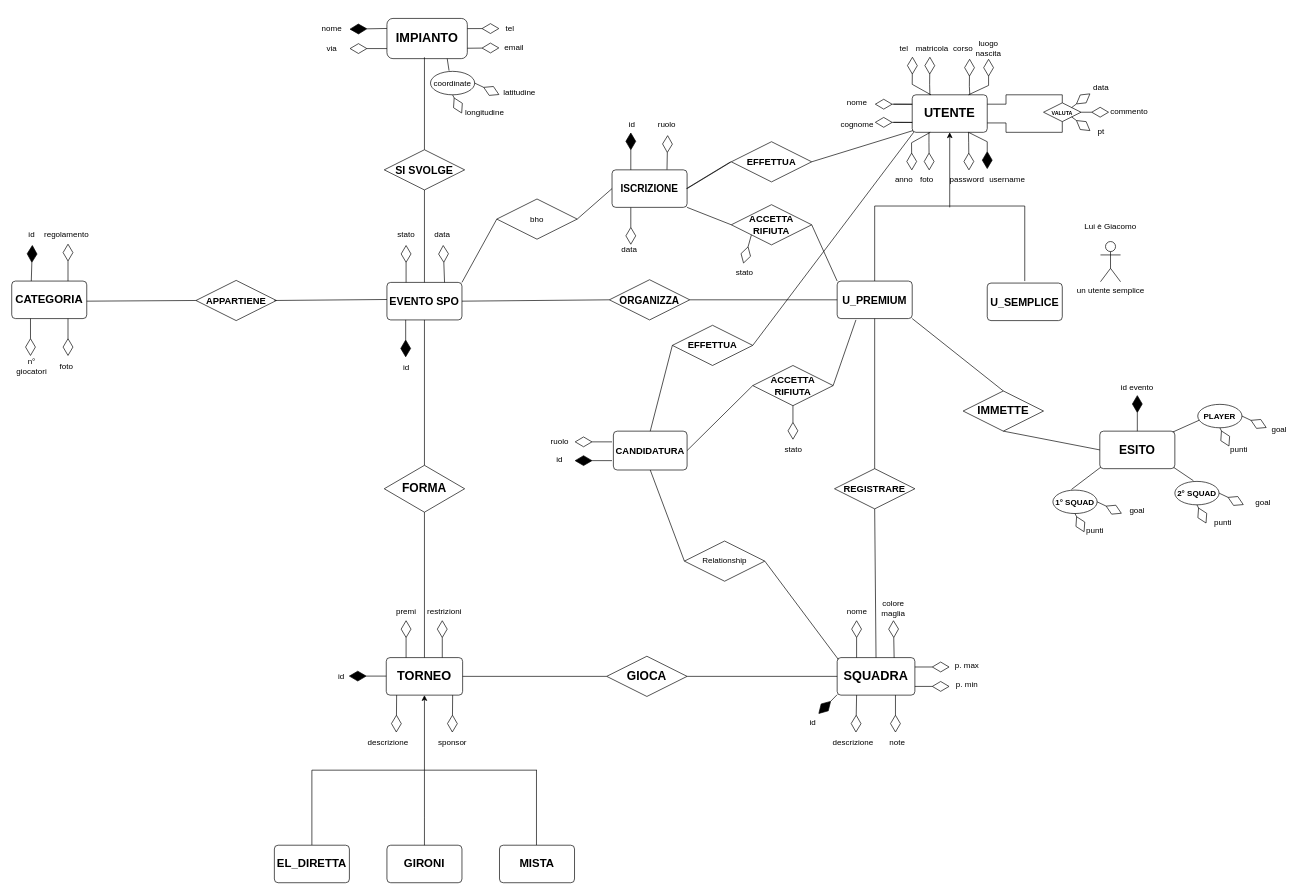
Before: Project-EER.drawio in KintsuKayaba/UniGeSocialSport, a draw.io diagram. Source tidied: cells renumbered, new cells numbered last; positions are measured from the earlier drawing's top-left corner, leaving out a move shared by most shapes. Both pictures are drawn from the tidied source at 67%, with x=0, y=0 at pixel (11, 18).
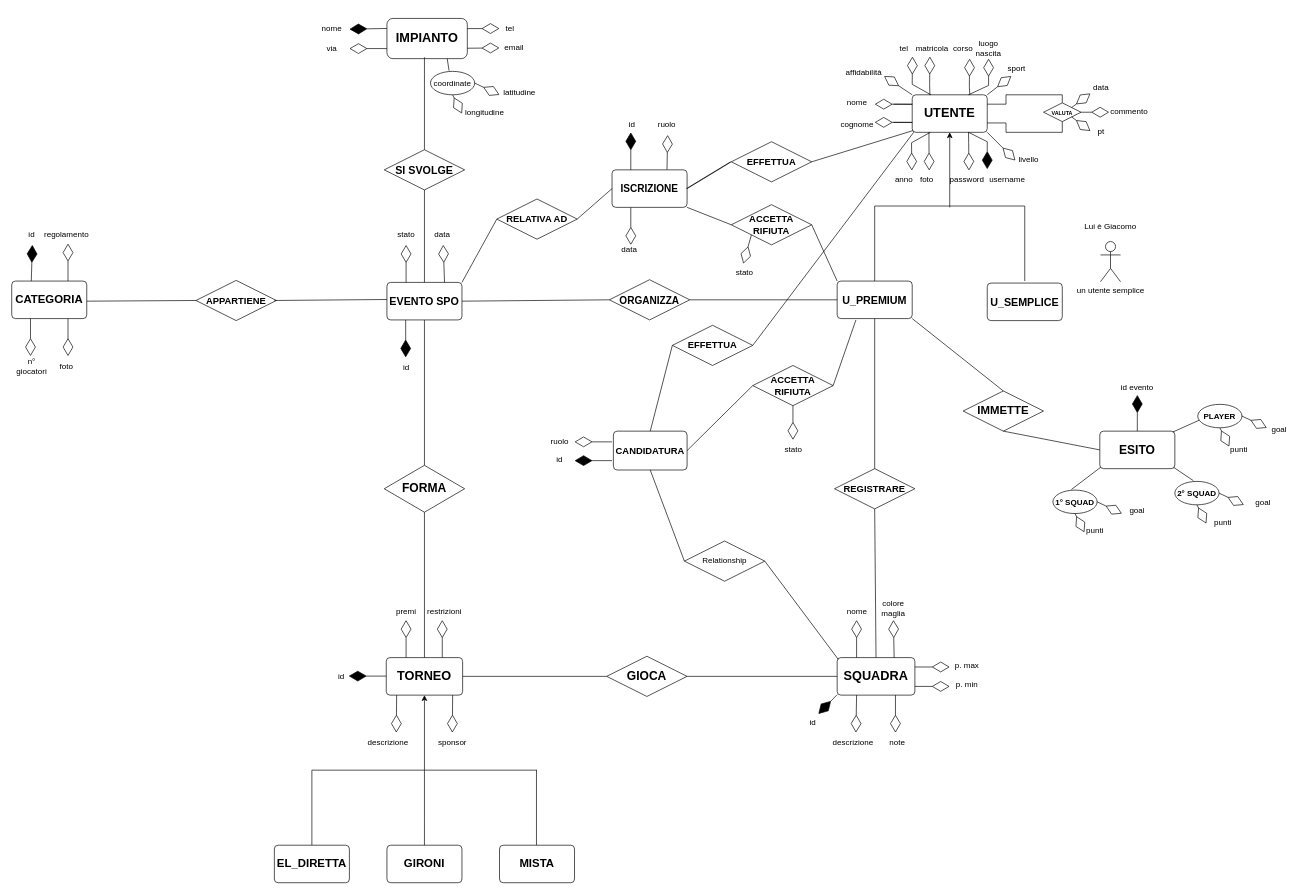
The same page after the edit.

Commit message:
aggiunta sport e livello

Unchanged cells that the change refers to:
```xml
<mxCell id="2" value="&lt;div style=&quot;text-align: justify;&quot;&gt;&lt;span style=&quot;background-color: initial;&quot;&gt;&lt;b style=&quot;&quot;&gt;&lt;font style=&quot;font-size: 19px;&quot;&gt;UTENTE&lt;/font&gt;&lt;/b&gt;&lt;/span&gt;&lt;/div&gt;" style="rounded=1;arcSize=10;whiteSpace=wrap;html=1;align=center;" parent="1" vertex="1">
  <mxGeometry x="1344" y="114" width="112" height="56" as="geometry" />
</mxCell>
```

Change to the diagram source:
```diff
@@
-    <mxCell id="160" value="bho" style="shape=rhombus;perimeter=rhombusPerimeter;whiteSpace=wrap;html=1;align=center;" parent="1" vertex="1">
+    <mxCell id="160" value="&lt;b&gt;&lt;font style=&quot;font-size: 14px;&quot;&gt;RELATIVA AD&lt;/font&gt;&lt;/b&gt;" style="shape=rhombus;perimeter=rhombusPerimeter;whiteSpace=wrap;html=1;align=center;" parent="1" vertex="1">
       <mxGeometry x="724" y="269.5" width="120" height="60" as="geometry" />
     </mxCell>
@@
+    <mxCell id="185" style="endArrow=diamondThin;endFill=0;endSize=24;html=1;rounded=0;exitX=0;exitY=0;exitDx=0;exitDy=0;" parent="1" edge="1" source="2">
+      <mxGeometry relative="1" as="geometry">
+        <mxPoint x="1302" y="86" as="targetPoint" />
+      </mxGeometry>
+    </mxCell>
+    <mxCell id="186" value="affidabilità" style="text;html=1;align=center;verticalAlign=middle;whiteSpace=wrap;rounded=0;" parent="1" vertex="1">
+      <mxGeometry x="1242" y="66" width="60" height="30" as="geometry" />
+    </mxCell>
+    <mxCell id="187" style="endArrow=diamondThin;endFill=0;endSize=24;html=1;rounded=0;exitX=1;exitY=0;exitDx=0;exitDy=0;" parent="1" edge="1" source="2">
+      <mxGeometry relative="1" as="geometry">
+        <mxPoint x="1492" y="86" as="targetPoint" />
+      </mxGeometry>
+    </mxCell>
+    <mxCell id="188" style="endArrow=diamondThin;endFill=0;endSize=24;html=1;rounded=0;" parent="1" edge="1">
+      <mxGeometry relative="1" as="geometry">
+        <mxPoint x="1456" y="170" as="sourcePoint" />
+        <mxPoint x="1498" y="212" as="targetPoint" />
+      </mxGeometry>
+    </mxCell>
+    <mxCell id="189" value="sport" style="text;html=1;align=center;verticalAlign=middle;whiteSpace=wrap;rounded=0;" parent="1" vertex="1">
+      <mxGeometry x="1470" y="60" width="60" height="30" as="geometry" />
+    </mxCell>
+    <mxCell id="190" value="livello" style="text;html=1;align=center;verticalAlign=middle;whiteSpace=wrap;rounded=0;" parent="1" vertex="1">
+      <mxGeometry x="1488" y="196" width="60" height="30" as="geometry" />
+    </mxCell>
```
